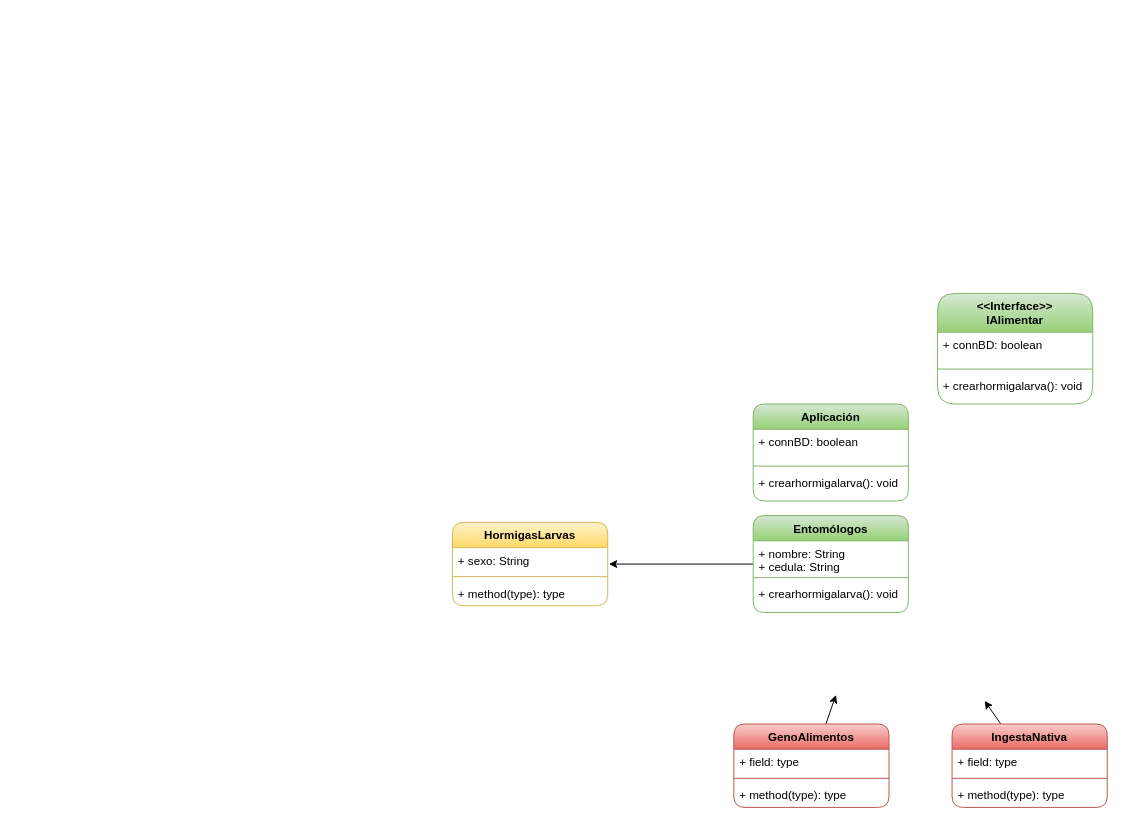
Above: Design/mrDC.dio in Marckr02/MREcuFauna (draw.io), before the change. Source tidied: cells renumbered, new cells numbered last; positions are measured from the earlier drawing's top-left corner, leaving out a move shared by most shapes. Both pictures are drawn from the tidied source at 97%, with x=0, y=0 at pixel (452, 293).
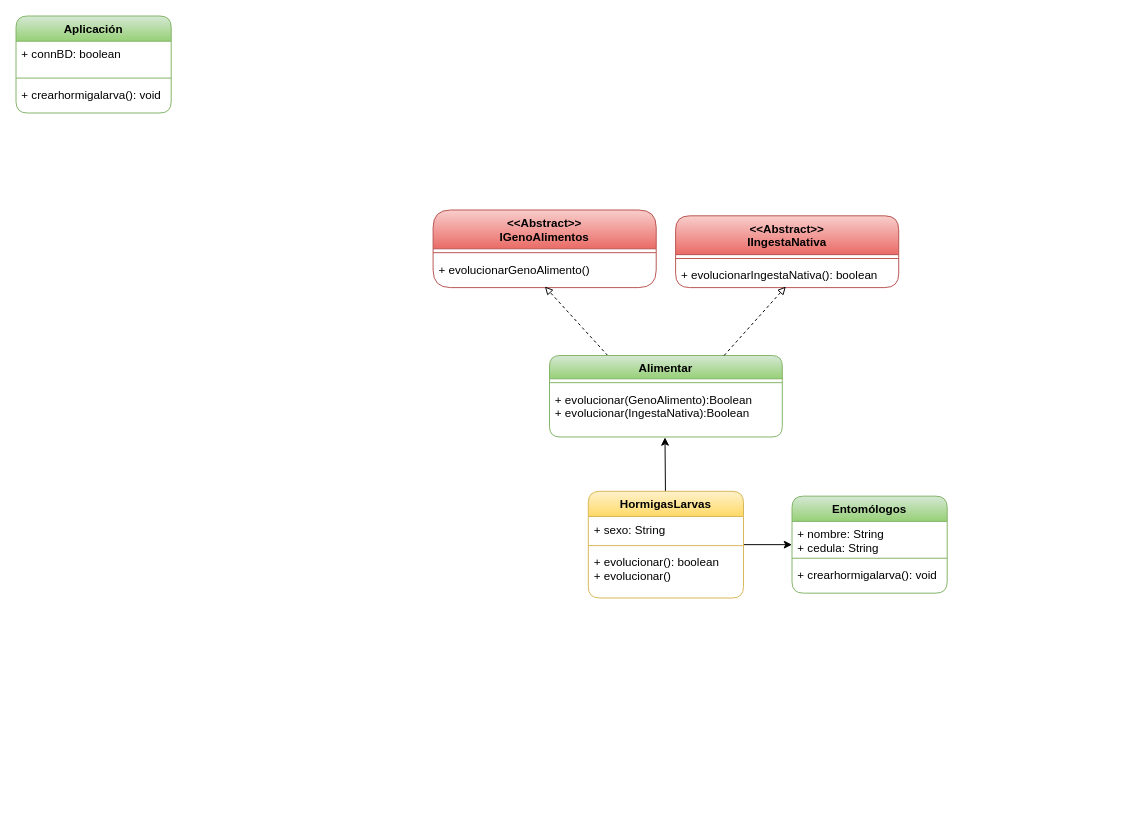
After the change.

Commit message (it also covers changes not shown here):
"Updated diagram layout and elements in mrDC.dio file"

Unchanged cells that the change refers to:
```xml
<mxCell id="8" value="+ sexo: String&#10;" style="text;strokeColor=none;fillColor=none;align=left;verticalAlign=top;spacingLeft=4;spacingRight=4;overflow=hidden;points=[[0,0.5],[1,0.5]];portConstraint=eastwest;rounded=1;" parent="7" vertex="1">
  <mxGeometry y="26" width="160" height="26" as="geometry" />
</mxCell>
```

What changed in the source:
```diff
@@
-    <mxCell id="2" style="edgeStyle=none;rounded=1;html=1;entryX=1.008;entryY=0.654;entryDx=0;entryDy=0;entryPerimeter=0;" parent="1" edge="1" source="3" target="8">
-      <mxGeometry relative="1" as="geometry" />
-    </mxCell>
     <mxCell id="3" value="Entomólogos" style="swimlane;fontStyle=1;align=center;verticalAlign=top;horizontal=1;startSize=26;rounded=1;fillColor=#d5e8d4;strokeColor=#82b366;gradientColor=#97d077;" parent="1" vertex="1">
-      <mxGeometry x="310" y="229" width="160" height="100" as="geometry" />
+      <mxGeometry x="350" y="209" width="160" height="100" as="geometry" />
     </mxCell>
@@
+    <mxCell id="29" style="edgeStyle=none;html=1;entryX=0.496;entryY=1.009;entryDx=0;entryDy=0;entryPerimeter=0;endArrow=classic;endFill=1;" parent="1" edge="1" source="7" target="28">
+      <mxGeometry relative="1" as="geometry" />
+    </mxCell>
+    <mxCell id="30" style="edgeStyle=none;html=1;exitX=1;exitY=0.5;exitDx=0;exitDy=0;entryX=0;entryY=0.5;entryDx=0;entryDy=0;endArrow=classic;endFill=1;" parent="1" edge="1" source="7" target="3">
+      <mxGeometry relative="1" as="geometry" />
+    </mxCell>
     <mxCell id="7" value="HormigasLarvas" style="swimlane;fontStyle=1;align=center;verticalAlign=top;horizontal=1;startSize=26;rounded=1;fillColor=#fff2cc;gradientColor=#ffd966;strokeColor=#d6b656;" parent="1" vertex="1">
-      <mxGeometry y="236" width="160" height="86" as="geometry" />
+      <mxGeometry x="140" y="204" width="160" height="110" as="geometry" />
     </mxCell>
@@
-    <mxCell id="10" value="+ method(type): type" style="text;strokeColor=none;fillColor=none;align=left;verticalAlign=top;spacingLeft=4;spacingRight=4;overflow=hidden;rounded=1;" parent="7" vertex="1">
-      <mxGeometry y="60" width="160" height="26" as="geometry" />
+    <mxCell id="10" value="+ evolucionar(): boolean&#10;+ evolucionar()" style="text;strokeColor=none;fillColor=none;align=left;verticalAlign=top;spacingLeft=4;spacingRight=4;overflow=hidden;rounded=1;" parent="7" vertex="1">
+      <mxGeometry y="60" width="160" height="50" as="geometry" />
     </mxCell>
-    <mxCell id="11" style="edgeStyle=none;rounded=1;html=1;entryX=0.002;entryY=0.774;entryDx=0;entryDy=0;entryPerimeter=0;" parent="1" edge="1" source="12">
-      <mxGeometry relative="1" as="geometry">
-        <mxPoint x="395.3" y="414" as="targetPoint" />
-      </mxGeometry>
-    </mxCell>
-    <mxCell id="12" value="GenoAlimentos" style="swimlane;fontStyle=1;align=center;verticalAlign=top;horizontal=1;startSize=26;rounded=1;fillColor=#f8cecc;gradientColor=#ea6b66;strokeColor=#b85450;" parent="1" vertex="1">
-      <mxGeometry x="290" y="443.9" width="160" height="86" as="geometry" />
+    <mxCell id="12" value="&lt;&lt;Abstract&gt;&gt;&#10;IGenoAlimentos&#10;" style="swimlane;fontStyle=1;align=center;verticalAlign=top;horizontal=1;startSize=40;rounded=1;fillColor=#f8cecc;gradientColor=#ea6b66;strokeColor=#b85450;" parent="1" vertex="1">
+      <mxGeometry x="-20" y="-86" width="230" height="80" as="geometry" />
     </mxCell>
-    <mxCell id="13" value="+ field: type" style="text;strokeColor=none;fillColor=none;align=left;verticalAlign=top;spacingLeft=4;spacingRight=4;overflow=hidden;rounded=1;" parent="12" vertex="1">
-      <mxGeometry y="26" width="160" height="26" as="geometry" />
-    </mxCell>
     <mxCell id="14" style="line;strokeWidth=1;fillColor=none;align=left;verticalAlign=middle;spacingTop=-1;spacingLeft=3;spacingRight=3;labelPosition=right;strokeColor=inherit;rounded=1;" parent="12" vertex="1">
-      <mxGeometry y="52" width="160" height="8" as="geometry" />
+      <mxGeometry y="40" width="230" height="8" as="geometry" />
     </mxCell>
-    <mxCell id="15" value="+ method(type): type" style="text;strokeColor=none;fillColor=none;align=left;verticalAlign=top;spacingLeft=4;spacingRight=4;overflow=hidden;points=[[0,0.5],[1,0.5]];portConstraint=eastwest;rounded=1;" parent="12" vertex="1">
-      <mxGeometry y="60" width="160" height="26" as="geometry" />
+    <mxCell id="15" value="+ evolucionarGenoAlimento()" style="text;strokeColor=none;fillColor=none;align=left;verticalAlign=top;spacingLeft=4;spacingRight=4;overflow=hidden;points=[[0,0.5],[1,0.5]];portConstraint=eastwest;rounded=1;" parent="12" vertex="1">
+      <mxGeometry y="48" width="230" height="32" as="geometry" />
     </mxCell>
-    <mxCell id="16" style="edgeStyle=none;rounded=1;html=1;entryX=0.96;entryY=1.005;entryDx=0;entryDy=0;entryPerimeter=0;" parent="1" edge="1" source="17">
-      <mxGeometry relative="1" as="geometry">
-        <mxPoint x="548.6" y="420" as="targetPoint" />
-      </mxGeometry>
-    </mxCell>
-    <mxCell id="17" value="IngestaNativa" style="swimlane;fontStyle=1;align=center;verticalAlign=top;horizontal=1;startSize=26;rounded=1;fillColor=#f8cecc;gradientColor=#ea6b66;strokeColor=#b85450;" parent="1" vertex="1">
-      <mxGeometry x="515" y="443.9" width="160" height="86" as="geometry" />
+    <mxCell id="17" value="&lt;&lt;Abstract&gt;&gt;&#10;IIngestaNativa&#10;" style="swimlane;fontStyle=1;align=center;verticalAlign=top;horizontal=1;startSize=40;rounded=1;fillColor=#f8cecc;gradientColor=#ea6b66;strokeColor=#b85450;arcSize=12;" parent="1" vertex="1">
+      <mxGeometry x="230" y="-80" width="230" height="74" as="geometry" />
     </mxCell>
-    <mxCell id="18" value="+ field: type" style="text;strokeColor=none;fillColor=none;align=left;verticalAlign=top;spacingLeft=4;spacingRight=4;overflow=hidden;rounded=1;" parent="17" vertex="1">
-      <mxGeometry y="26" width="160" height="26" as="geometry" />
-    </mxCell>
     <mxCell id="19" style="line;strokeWidth=1;fillColor=none;align=left;verticalAlign=middle;spacingTop=-1;spacingLeft=3;spacingRight=3;labelPosition=right;strokeColor=inherit;rounded=1;" parent="17" vertex="1">
-      <mxGeometry y="52" width="160" height="8" as="geometry" />
+      <mxGeometry y="40" width="230" height="8" as="geometry" />
     </mxCell>
-    <mxCell id="20" value="+ method(type): type" style="text;strokeColor=none;fillColor=none;align=left;verticalAlign=top;spacingLeft=4;spacingRight=4;overflow=hidden;points=[[0,0.5],[1,0.5]];portConstraint=eastwest;rounded=1;" parent="17" vertex="1">
-      <mxGeometry y="60" width="160" height="26" as="geometry" />
+    <mxCell id="20" value="+ evolucionarIngestaNativa(): boolean" style="text;strokeColor=none;fillColor=none;align=left;verticalAlign=top;spacingLeft=4;spacingRight=4;overflow=hidden;points=[[0,0.5],[1,0.5]];portConstraint=eastwest;rounded=1;" parent="17" vertex="1">
+      <mxGeometry y="48" width="230" height="26" as="geometry" />
     </mxCell>
     <mxCell id="21" value="Aplicación" style="swimlane;fontStyle=1;align=center;verticalAlign=top;horizontal=1;startSize=26;rounded=1;fillColor=#d5e8d4;strokeColor=#82b366;gradientColor=#97d077;" parent="1" vertex="1">
-      <mxGeometry x="310" y="114" width="160" height="100" as="geometry" />
+      <mxGeometry x="-450" y="-286" width="160" height="100" as="geometry" />
     </mxCell>
@@
+    <mxCell id="31" style="edgeStyle=none;html=1;exitX=0.25;exitY=0;exitDx=0;exitDy=0;entryX=0.501;entryY=0.966;entryDx=0;entryDy=0;entryPerimeter=0;dashed=1;endArrow=block;endFill=0;" parent="1" edge="1" source="25" target="15">
+      <mxGeometry relative="1" as="geometry" />
+    </mxCell>
-    <mxCell id="25" value="&lt;&lt;Interface&gt;&gt;&#10;IAlimentar" style="swimlane;fontStyle=1;align=center;verticalAlign=top;horizontal=1;startSize=40;rounded=1;fillColor=#d5e8d4;strokeColor=#82b366;gradientColor=#97d077;" parent="1" vertex="1">
-      <mxGeometry x="500" width="160" height="114" as="geometry" />
+    <mxCell id="25" value="Alimentar" style="swimlane;fontStyle=1;align=center;verticalAlign=top;horizontal=1;startSize=24;rounded=1;fillColor=#d5e8d4;strokeColor=#82b366;gradientColor=#97d077;" parent="1" vertex="1">
+      <mxGeometry x="100" y="64" width="240" height="84" as="geometry" />
     </mxCell>
-    <mxCell id="26" value="+ connBD: boolean" style="text;strokeColor=none;fillColor=none;align=left;verticalAlign=top;spacingLeft=4;spacingRight=4;overflow=hidden;rounded=1;" parent="25" vertex="1">
-      <mxGeometry y="40" width="160" height="34" as="geometry" />
-    </mxCell>
     <mxCell id="27" style="line;strokeWidth=1;fillColor=none;align=left;verticalAlign=middle;spacingTop=-1;spacingLeft=3;spacingRight=3;labelPosition=right;strokeColor=inherit;rounded=1;" parent="25" vertex="1">
-      <mxGeometry y="74" width="160" height="8" as="geometry" />
+      <mxGeometry y="24" width="240" height="8" as="geometry" />
     </mxCell>
-    <mxCell id="28" value="+ crearhormigalarva(): void" style="text;strokeColor=none;fillColor=none;align=left;verticalAlign=top;spacingLeft=4;spacingRight=4;overflow=hidden;points=[[0,0.5],[1,0.5]];portConstraint=eastwest;rounded=1;" parent="25" vertex="1">
-      <mxGeometry y="82" width="160" height="32" as="geometry" />
+    <mxCell id="28" value="+ evolucionar(GenoAlimento):Boolean&#10;+ evolucionar(IngestaNativa):Boolean" style="text;strokeColor=none;fillColor=none;align=left;verticalAlign=top;spacingLeft=4;spacingRight=4;overflow=hidden;points=[[0,0.5],[1,0.5]];portConstraint=eastwest;rounded=1;" parent="25" vertex="1">
+      <mxGeometry y="32" width="240" height="52" as="geometry" />
     </mxCell>
+    <mxCell id="32" style="edgeStyle=none;html=1;exitX=0.75;exitY=0;exitDx=0;exitDy=0;entryX=0.494;entryY=0.959;entryDx=0;entryDy=0;entryPerimeter=0;dashed=1;endArrow=block;endFill=0;" parent="1" edge="1" source="25" target="20">
+      <mxGeometry relative="1" as="geometry" />
+    </mxCell>
```
